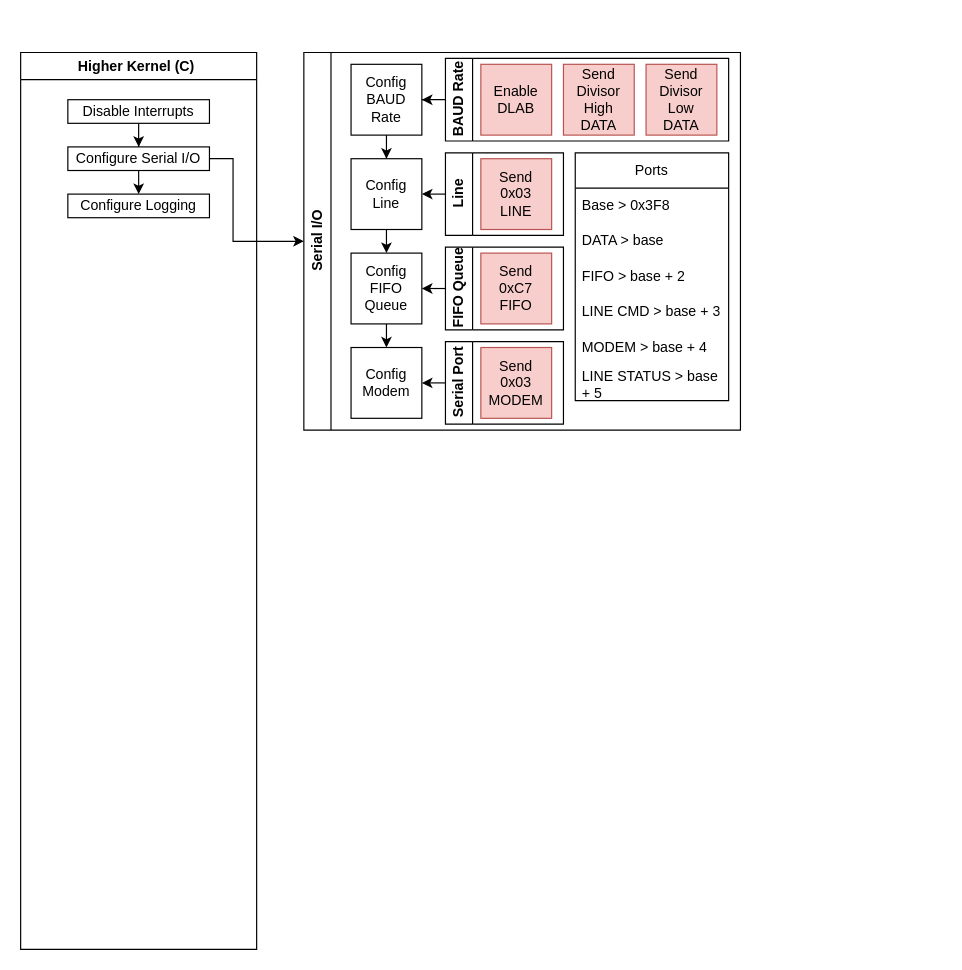
This is page "C Kernel" (2 of 4) of naOS.drawio from noaether/naOS, a draw.io file, before an edit. Source tidied: cells renumbered, new cells numbered last; positions are measured from the earlier drawing's top-left corner, leaving out a move shared by most shapes. Both pictures are drawn from the tidied source at 118%, with x=0, y=0 at pixel (20, 52).
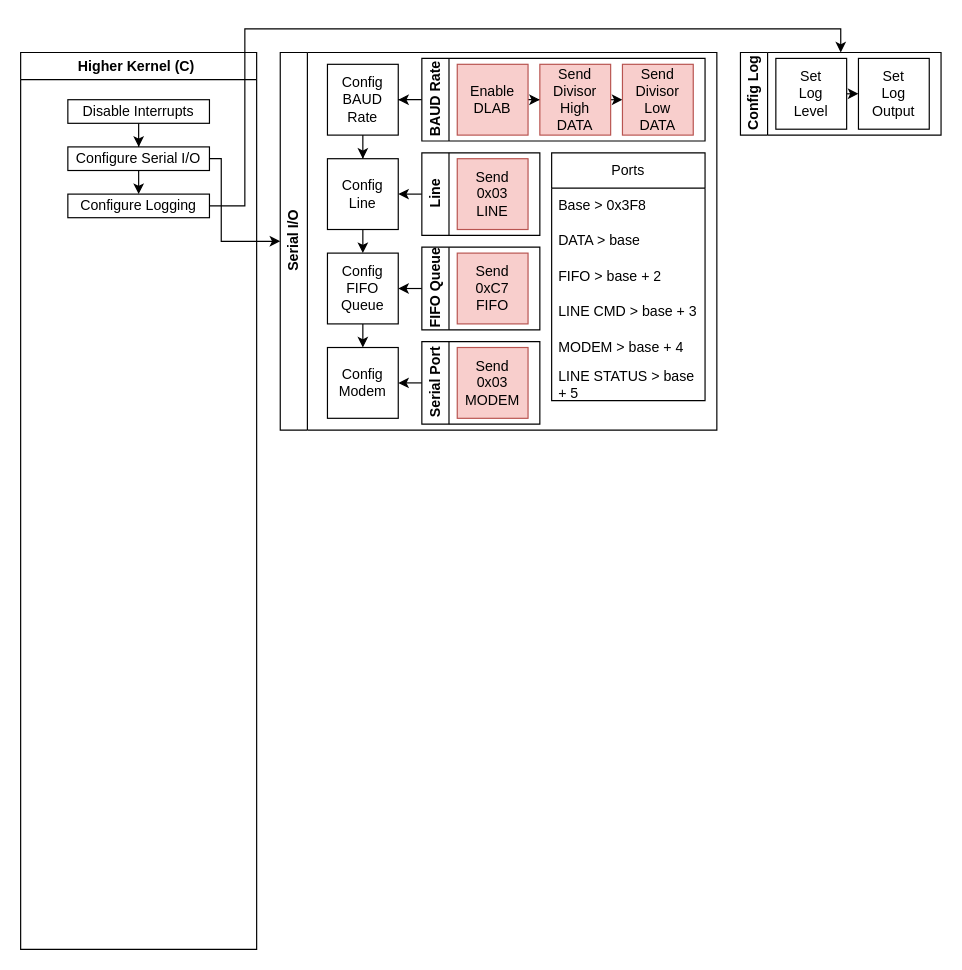
The same page after the edit.

Unchanged cells that the change refers to:
```xml
<mxCell id="6" value="Configure Serial I/O" style="rounded=0;whiteSpace=wrap;html=1;" parent="2" vertex="1">
  <mxGeometry x="40" y="80" width="120" height="20" as="geometry" />
</mxCell>
<mxCell id="7" value="Configure Logging" style="rounded=0;whiteSpace=wrap;html=1;" parent="2" vertex="1">
  <mxGeometry x="40" y="120" width="120" height="20" as="geometry" />
</mxCell>
<mxCell id="17" value="BAUD Rate" style="swimlane;horizontal=0;whiteSpace=wrap;html=1;" parent="8" vertex="1">
  <mxGeometry x="120" y="5" width="240" height="70" as="geometry" />
</mxCell>
<mxCell id="18" value="Enable&lt;br&gt;DLAB" style="rounded=0;whiteSpace=wrap;html=1;fillColor=#f8cecc;strokeColor=#b85450;" parent="17" vertex="1">
  <mxGeometry x="30" y="5" width="60" height="60" as="geometry" />
</mxCell>
<mxCell id="19" value="Send Divisor&lt;br&gt;High&lt;br&gt;DATA" style="rounded=0;whiteSpace=wrap;html=1;fillColor=#f8cecc;strokeColor=#b85450;" parent="17" vertex="1">
  <mxGeometry x="100" y="5" width="60" height="60" as="geometry" />
</mxCell>
<mxCell id="20" value="Send Divisor&lt;br&gt;Low&lt;br&gt;DATA" style="rounded=0;whiteSpace=wrap;html=1;fillColor=#f8cecc;strokeColor=#b85450;" parent="17" vertex="1">
  <mxGeometry x="170" y="5" width="60" height="60" as="geometry" />
</mxCell>
```

Diff of the diagram source:
```diff
@@
     <mxCell id="8" value="Serial I/O" style="swimlane;horizontal=0;whiteSpace=wrap;html=1;" parent="1" vertex="1">
-      <mxGeometry x="240" width="370" height="320" as="geometry" />
+      <mxGeometry x="220" width="370" height="320" as="geometry" />
     </mxCell>
@@
+    <mxCell id="38" style="edgeStyle=orthogonalEdgeStyle;rounded=0;jettySize=auto;html=1;entryX=0;entryY=0.5;entryDx=0;entryDy=0;" parent="17" edge="1" source="18" target="19">
+      <mxGeometry relative="1" as="geometry" />
+    </mxCell>
@@
+    <mxCell id="39" style="edgeStyle=orthogonalEdgeStyle;rounded=0;jettySize=auto;html=1;exitX=1;exitY=0.5;exitDx=0;exitDy=0;entryX=0;entryY=0.5;entryDx=0;entryDy=0;" parent="17" edge="1" source="19" target="20">
+      <mxGeometry relative="1" as="geometry" />
+    </mxCell>
@@
     <mxCell id="37" style="edgeStyle=orthogonalEdgeStyle;rounded=0;jettySize=auto;html=1;entryX=0;entryY=0.5;entryDx=0;entryDy=0;" parent="1" edge="1" source="6" target="8">
       <mxGeometry relative="1" as="geometry">
         <Array as="points">
-          <mxPoint x="180" y="90" />
-          <mxPoint x="180" y="160" />
+          <mxPoint x="170" y="90" />
+          <mxPoint x="170" y="160" />
         </Array>
       </mxGeometry>
     </mxCell>
+    <mxCell id="40" value="Config Log&lt;br&gt;" style="swimlane;horizontal=0;whiteSpace=wrap;html=1;" parent="1" vertex="1">
+      <mxGeometry x="610" width="170" height="70" as="geometry" />
+    </mxCell>
+    <mxCell id="41" style="edgeStyle=orthogonalEdgeStyle;rounded=0;jettySize=auto;html=1;exitX=1;exitY=0.5;exitDx=0;exitDy=0;entryX=0;entryY=0.5;entryDx=0;entryDy=0;" parent="40" edge="1" source="42" target="43">
+      <mxGeometry relative="1" as="geometry" />
+    </mxCell>
+    <mxCell id="42" value="Set&lt;br&gt;Log&lt;br&gt;Level" style="rounded=0;whiteSpace=wrap;html=1;" parent="40" vertex="1">
+      <mxGeometry x="30" y="5" width="60" height="60" as="geometry" />
+    </mxCell>
+    <mxCell id="43" value="Set&lt;br&gt;Log Output" style="rounded=0;whiteSpace=wrap;html=1;" parent="40" vertex="1">
+      <mxGeometry x="100" y="5" width="60" height="60" as="geometry" />
+    </mxCell>
+    <mxCell id="44" style="edgeStyle=orthogonalEdgeStyle;rounded=0;jettySize=auto;html=1;entryX=0.5;entryY=0;entryDx=0;entryDy=0;" parent="1" edge="1" source="7" target="40">
+      <mxGeometry relative="1" as="geometry">
+        <Array as="points">
+          <mxPoint x="190" y="130" />
+          <mxPoint x="190" y="-20" />
+          <mxPoint x="695" y="-20" />
+        </Array>
+      </mxGeometry>
+    </mxCell>
```
